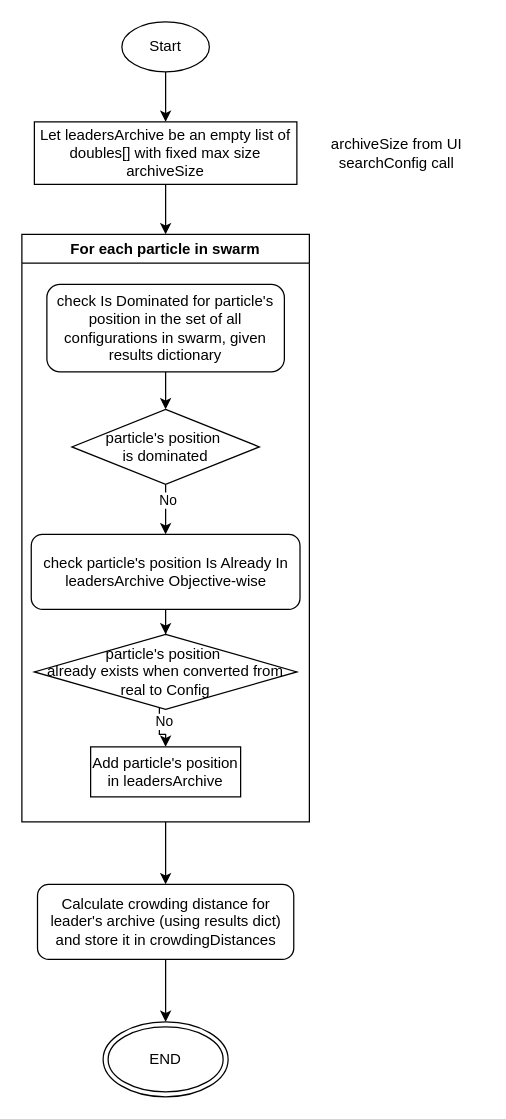
R-a-d-u/PSATSimSimulation keeps this draw.io diagram as page "Initialize Leaders Archive" (3 of 11) of scheme/Orchestrator.drawio. Above is the earlier version. Source tidied: cells renumbered, new cells numbered last; positions are measured from the earlier drawing's top-left corner, leaving out a move shared by most shapes. Both pictures are drawn from the tidied source at 125%, with x=0, y=0 at pixel (21, 21).
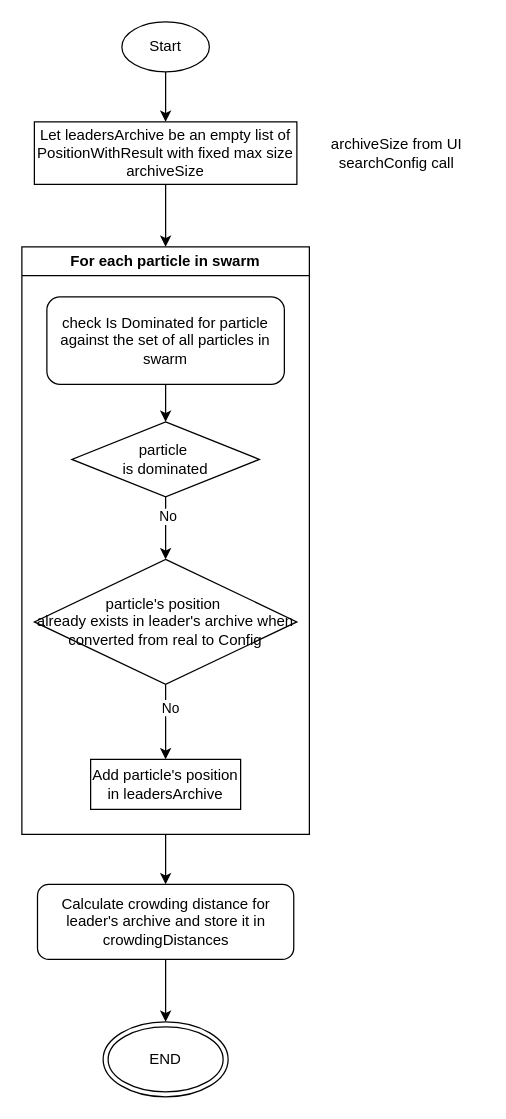
Above is the later version.

Unchanged cells that the change refers to:
```xml
<mxCell id="19" value="Add particle's position in leadersArchive" style="rounded=0;whiteSpace=wrap;html=1;" parent="8" vertex="1">
  <mxGeometry x="55" y="410" width="120" height="40" as="geometry" />
</mxCell>
```

What changed in the source:
```diff
@@
-    <mxCell id="5" value="Let leadersArchive be an empty list of doubles[] with fixed max size archiveSize" style="rounded=0;whiteSpace=wrap;html=1;" parent="1" vertex="1">
+    <mxCell id="5" value="Let leadersArchive be an empty list of PositionWithResult with fixed max size archiveSize" style="rounded=0;whiteSpace=wrap;html=1;" parent="1" vertex="1">
       <mxGeometry x="10" y="80" width="210" height="50" as="geometry" />
     </mxCell>
@@
     <mxCell id="8" value="For each particle in swarm" style="swimlane;whiteSpace=wrap;html=1;" parent="1" vertex="1">
-      <mxGeometry y="170" width="230" height="470" as="geometry" />
+      <mxGeometry y="180" width="230" height="470" as="geometry" />
     </mxCell>
@@
-    <mxCell id="10" value="check Is Dominated for particle's position in the set of all configurations in swarm, given results dictionary" style="rounded=1;whiteSpace=wrap;html=1;" parent="8" vertex="1">
+    <mxCell id="10" value="check Is Dominated for particle against the set of all particles in swarm" style="rounded=1;whiteSpace=wrap;html=1;" parent="8" vertex="1">
       <mxGeometry x="20" y="40" width="190" height="70" as="geometry" />
     </mxCell>
-    <mxCell id="11" style="edgeStyle=orthogonalEdgeStyle;rounded=0;jettySize=auto;html=1;" parent="8" edge="1" source="13" target="15">
+    <mxCell id="11" style="edgeStyle=orthogonalEdgeStyle;rounded=0;jettySize=auto;html=1;" parent="8" edge="1" source="13" target="18">
       <mxGeometry relative="1" as="geometry" />
     </mxCell>
@@
-    <mxCell id="13" value="particle's position&amp;nbsp;&lt;div&gt;is dominated&lt;/div&gt;" style="rhombus;whiteSpace=wrap;html=1;" parent="8" vertex="1">
+    <mxCell id="13" value="particle&amp;nbsp;&lt;div&gt;is dominated&lt;/div&gt;" style="rhombus;whiteSpace=wrap;html=1;" parent="8" vertex="1">
       <mxGeometry x="40" y="140" width="150" height="60" as="geometry" />
     </mxCell>
-    <mxCell id="14" style="edgeStyle=orthogonalEdgeStyle;rounded=0;jettySize=auto;html=1;" parent="8" edge="1" source="15" target="18">
-      <mxGeometry relative="1" as="geometry" />
-    </mxCell>
-    <mxCell id="15" value="check particle's position Is Already In leadersArchive Objective-wise" style="rounded=1;whiteSpace=wrap;html=1;" parent="8" vertex="1">
-      <mxGeometry x="7.5" y="240" width="215" height="60" as="geometry" />
-    </mxCell>
     <mxCell id="16" style="edgeStyle=orthogonalEdgeStyle;rounded=0;jettySize=auto;html=1;" parent="8" edge="1" source="18" target="19">
       <mxGeometry relative="1" as="geometry">
         <Array as="points">
-          <mxPoint x="110" y="400" />
-          <mxPoint x="115" y="400" />
+          <mxPoint x="115" y="350" />
+          <mxPoint x="115" y="350" />
         </Array>
       </mxGeometry>
     </mxCell>
@@
-    <mxCell id="18" value="particle's position&amp;nbsp;&lt;div&gt;already exists when converted from real to Config&lt;/div&gt;" style="rhombus;whiteSpace=wrap;html=1;" parent="8" vertex="1">
-      <mxGeometry x="10" y="320" width="210" height="60" as="geometry" />
+    <mxCell id="18" value="particle's position&amp;nbsp;&lt;div&gt;already exists in leader's archive when converted from real to Config&lt;/div&gt;" style="rhombus;whiteSpace=wrap;html=1;" parent="8" vertex="1">
+      <mxGeometry x="10" y="250" width="210" height="100" as="geometry" />
     </mxCell>
@@
-    <mxCell id="22" value="Calculate crowding distance for leader's archive (using results dict) and store it in crowdingDistances" style="rounded=1;whiteSpace=wrap;html=1;" parent="1" vertex="1">
+    <mxCell id="22" value="Calculate crowding distance for leader's archive and store it in crowdingDistances" style="rounded=1;whiteSpace=wrap;html=1;" parent="1" vertex="1">
       <mxGeometry x="12.5" y="690" width="205" height="60" as="geometry" />
     </mxCell>
```
